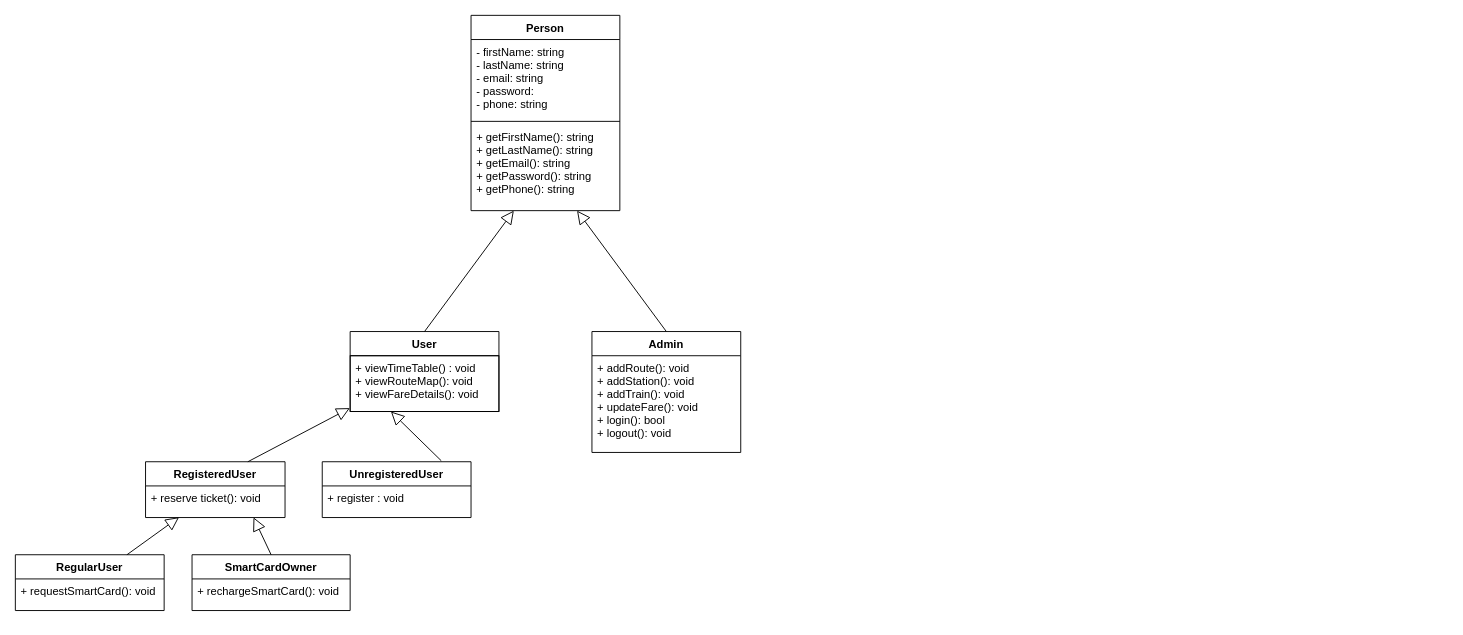
Before: ClassDiagram.drawio in yusufnasserdev/Railway-Station-System, a draw.io diagram. Source tidied: cells renumbered, new cells numbered last; positions are measured from the earlier drawing's top-left corner, leaving out a move shared by most shapes. Both pictures are drawn from the tidied source at 93%, with x=0, y=0 at pixel (15, 15).
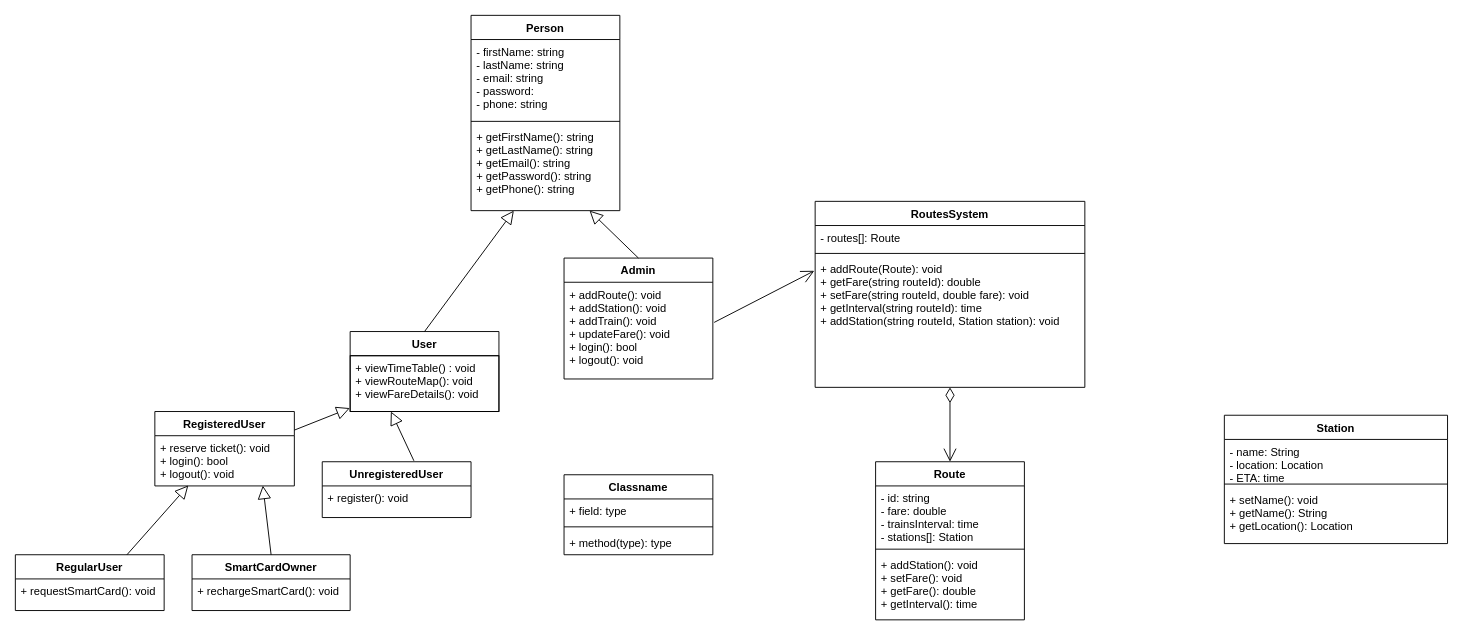
After the change.

The change refers to these unchanged cells:
```xml
<mxCell id="3" value="+ viewTimeTable() : void&#10;+ viewRouteMap(): void&#10;+ viewFareDetails(): void&#10;&#10;" style="text;strokeColor=default;fillColor=none;align=left;verticalAlign=top;spacingLeft=4;spacingRight=4;overflow=hidden;points=[[0,0.5],[1,0.5]];portConstraint=eastwest;" parent="2" vertex="1">
  <mxGeometry y="26" width="160" height="60" as="geometry" />
</mxCell>
<mxCell id="5" value="+ addRoute(): void&#10;+ addStation(): void&#10;+ addTrain(): void&#10;+ updateFare(): void&#10;+ login(): bool&#10;+ logout(): void" style="text;strokeColor=none;fillColor=none;align=left;verticalAlign=top;spacingLeft=4;spacingRight=4;overflow=hidden;points=[[0,0.5],[1,0.5]];portConstraint=eastwest;" parent="4" vertex="1">
  <mxGeometry y="26" width="160" height="104" as="geometry" />
</mxCell>
<mxCell id="12" value="UnregisteredUser&#10;" style="swimlane;fontStyle=1;align=center;verticalAlign=top;horizontal=1;startSize=26;strokeColor=default;" parent="1" vertex="1">
  <mxGeometry x="330" y="480" width="160" height="60" as="geometry" />
</mxCell>
```

Diff of the diagram source:
```diff
@@
     <mxCell id="4" value="Admin" style="swimlane;fontStyle=1;align=center;verticalAlign=top;horizontal=1;startSize=26;strokeColor=default;" parent="1" vertex="1">
-      <mxGeometry x="620" y="340" width="160" height="130" as="geometry" />
+      <mxGeometry x="590" y="261" width="160" height="130" as="geometry" />
     </mxCell>
@@
-    <mxCell id="13" value="+ register : void" style="text;strokeColor=none;fillColor=none;align=left;verticalAlign=top;spacingLeft=4;spacingRight=4;overflow=hidden;" parent="12" vertex="1">
+    <mxCell id="13" value="+ register(): void" style="text;strokeColor=none;fillColor=none;align=left;verticalAlign=top;spacingLeft=4;spacingRight=4;overflow=hidden;" parent="12" vertex="1">
       <mxGeometry y="26" width="160" height="34" as="geometry" />
     </mxCell>
     <mxCell id="14" value="RegisteredUser&#10;" style="swimlane;fontStyle=1;align=center;verticalAlign=top;horizontal=1;startSize=26;strokeColor=default;" parent="1" vertex="1">
-      <mxGeometry x="140" y="480" width="150" height="60" as="geometry" />
+      <mxGeometry x="150" y="426" width="150" height="80" as="geometry" />
     </mxCell>
-    <mxCell id="15" value="+ reserve ticket(): void" style="text;strokeColor=none;fillColor=none;align=left;verticalAlign=top;spacingLeft=4;spacingRight=4;overflow=hidden;points=[[0,0.5],[1,0.5]];portConstraint=eastwest;" parent="14" vertex="1">
-      <mxGeometry y="26" width="150" height="34" as="geometry" />
+    <mxCell id="15" value="+ reserve ticket(): void&#10;+ login(): bool&#10;+ logout(): void" style="text;strokeColor=none;fillColor=none;align=left;verticalAlign=top;spacingLeft=4;spacingRight=4;overflow=hidden;points=[[0,0.5],[1,0.5]];portConstraint=eastwest;" parent="14" vertex="1">
+      <mxGeometry y="26" width="150" height="54" as="geometry" />
     </mxCell>
@@
-    <mxCell id="20" style="edgeStyle=none;html=1;endSize=12;endArrow=block;endFill=0;rounded=0;entryX=-0.002;entryY=0.939;entryDx=0;entryDy=0;entryPerimeter=0;" parent="1" edge="1" target="3">
-      <mxGeometry relative="1" as="geometry">
-        <mxPoint x="250" y="480" as="sourcePoint" />
-      </mxGeometry>
+    <mxCell id="20" style="edgeStyle=none;html=1;endSize=12;endArrow=block;endFill=0;rounded=0;entryX=-0.002;entryY=0.939;entryDx=0;entryDy=0;entryPerimeter=0;exitX=1;exitY=0.25;exitDx=0;exitDy=0;" parent="1" edge="1" source="14" target="3">
+      <mxGeometry relative="1" as="geometry" />
     </mxCell>
-    <mxCell id="21" style="edgeStyle=none;html=1;endSize=12;endArrow=block;endFill=0;rounded=0;exitX=0.8;exitY=-0.017;exitDx=0;exitDy=0;exitPerimeter=0;entryX=0.274;entryY=1;entryDx=0;entryDy=0;entryPerimeter=0;" parent="1" edge="1" source="12" target="3">
+    <mxCell id="21" style="edgeStyle=none;html=1;endSize=12;endArrow=block;endFill=0;rounded=0;exitX=0.616;exitY=-0.017;exitDx=0;exitDy=0;exitPerimeter=0;entryX=0.274;entryY=1;entryDx=0;entryDy=0;entryPerimeter=0;" parent="1" edge="1" source="12" target="3">
       <mxGeometry relative="1" as="geometry" />
     </mxCell>
@@
+    <mxCell id="24" value="Route" style="swimlane;fontStyle=1;align=center;verticalAlign=top;horizontal=1;startSize=26;strokeColor=default;" parent="1" vertex="1">
+      <mxGeometry x="925" y="480" width="160" height="170" as="geometry" />
+    </mxCell>
+    <mxCell id="25" value="- id: string&#10;- fare: double&#10;- trainsInterval: time&#10;- stations[]: Station&#10;&#10;" style="text;strokeColor=none;fillColor=none;align=left;verticalAlign=top;spacingLeft=4;spacingRight=4;overflow=hidden;" parent="24" vertex="1">
+      <mxGeometry y="26" width="160" height="64" as="geometry" />
+    </mxCell>
+    <mxCell id="26" style="line;strokeWidth=1;fillColor=none;align=left;verticalAlign=middle;spacingTop=-1;spacingLeft=3;spacingRight=3;labelPosition=right;" parent="24" vertex="1">
+      <mxGeometry y="90" width="160" height="8" as="geometry" />
+    </mxCell>
+    <mxCell id="27" value="+ addStation(): void&#10;+ setFare(): void&#10;+ getFare(): double&#10;+ getInterval(): time&#10;" style="text;strokeColor=none;fillColor=none;align=left;verticalAlign=top;spacingLeft=4;spacingRight=4;overflow=hidden;" parent="24" vertex="1">
+      <mxGeometry y="98" width="160" height="72" as="geometry" />
+    </mxCell>
+    <mxCell id="28" style="edgeStyle=none;html=1;endArrow=open;endSize=12;verticalAlign=bottom;rounded=0;entryX=-0.003;entryY=0.105;entryDx=0;entryDy=0;entryPerimeter=0;exitX=1.009;exitY=0.415;exitDx=0;exitDy=0;exitPerimeter=0;" parent="1" edge="1" source="5" target="32">
+      <mxGeometry x="0.12" y="-7" relative="1" as="geometry" />
+    </mxCell>
+    <mxCell id="29" value="RoutesSystem" style="swimlane;fontStyle=1;align=center;verticalAlign=top;horizontal=1;startSize=26;strokeColor=default;" parent="1" vertex="1">
+      <mxGeometry x="860" y="200" width="290" height="200" as="geometry" />
+    </mxCell>
+    <mxCell id="30" value="- routes[]: Route" style="text;strokeColor=none;fillColor=none;align=left;verticalAlign=top;spacingLeft=4;spacingRight=4;overflow=hidden;" parent="29" vertex="1">
+      <mxGeometry y="26" width="290" height="26" as="geometry" />
+    </mxCell>
+    <mxCell id="31" style="line;strokeWidth=1;fillColor=none;align=left;verticalAlign=middle;spacingTop=-1;spacingLeft=3;spacingRight=3;labelPosition=right;" parent="29" vertex="1">
+      <mxGeometry y="52" width="290" height="8" as="geometry" />
+    </mxCell>
+    <mxCell id="32" value="+ addRoute(Route): void&#10;+ getFare(string routeId): double&#10;+ setFare(string routeId, double fare): void&#10;+ getInterval(string routeId): time&#10;+ addStation(string routeId, Station station): void" style="text;strokeColor=none;fillColor=none;align=left;verticalAlign=top;spacingLeft=4;spacingRight=4;overflow=hidden;points=[[0,0.5],[1,0.5]];portConstraint=eastwest;" parent="29" vertex="1">
+      <mxGeometry y="60" width="290" height="140" as="geometry" />
+    </mxCell>
+    <mxCell id="33" style="endArrow=open;html=1;endSize=12;startArrow=diamondThin;startSize=14;startFill=0;edgeStyle=orthogonalEdgeStyle;align=left;verticalAlign=bottom;rounded=0;exitX=0.5;exitY=1;exitDx=0;exitDy=0;" parent="1" edge="1" source="29" target="24">
+      <mxGeometry x="-1" y="3" relative="1" as="geometry" />
+    </mxCell>
+    <mxCell id="34" value="Classname" style="swimlane;fontStyle=1;align=center;verticalAlign=top;horizontal=1;startSize=26;" parent="1" vertex="1">
+      <mxGeometry x="590" y="494" width="160" height="86" as="geometry" />
+    </mxCell>
+    <mxCell id="35" value="+ field: type" style="text;strokeColor=none;fillColor=none;align=left;verticalAlign=top;spacingLeft=4;spacingRight=4;overflow=hidden;" parent="34" vertex="1">
+      <mxGeometry y="26" width="160" height="26" as="geometry" />
+    </mxCell>
+    <mxCell id="36" style="line;strokeWidth=1;fillColor=none;align=left;verticalAlign=middle;spacingTop=-1;spacingLeft=3;spacingRight=3;labelPosition=right;" parent="34" vertex="1">
+      <mxGeometry y="52" width="160" height="8" as="geometry" />
+    </mxCell>
+    <mxCell id="37" value="+ method(type): type" style="text;strokeColor=none;fillColor=none;align=left;verticalAlign=top;spacingLeft=4;spacingRight=4;overflow=hidden;" parent="34" vertex="1">
+      <mxGeometry y="60" width="160" height="26" as="geometry" />
+    </mxCell>
+    <mxCell id="38" value="Station" style="swimlane;fontStyle=1;align=center;verticalAlign=top;horizontal=1;startSize=26;" parent="1" vertex="1">
+      <mxGeometry x="1300" y="430" width="240" height="138" as="geometry" />
+    </mxCell>
+    <mxCell id="39" value="- name: String&#10;- location: Location&#10;- ETA: time" style="text;strokeColor=none;fillColor=none;align=left;verticalAlign=top;spacingLeft=4;spacingRight=4;overflow=hidden;" parent="38" vertex="1">
+      <mxGeometry y="26" width="240" height="44" as="geometry" />
+    </mxCell>
+    <mxCell id="40" style="line;strokeWidth=1;fillColor=none;align=left;verticalAlign=middle;spacingTop=-1;spacingLeft=3;spacingRight=3;labelPosition=right;" parent="38" vertex="1">
+      <mxGeometry y="70" width="240" height="8" as="geometry" />
+    </mxCell>
+    <mxCell id="41" value="+ setName(): void&#10;+ getName(): String&#10;+ getLocation(): Location" style="text;strokeColor=none;fillColor=none;align=left;verticalAlign=top;spacingLeft=4;spacingRight=4;overflow=hidden;" parent="38" vertex="1">
+      <mxGeometry y="78" width="240" height="60" as="geometry" />
+    </mxCell>
```
